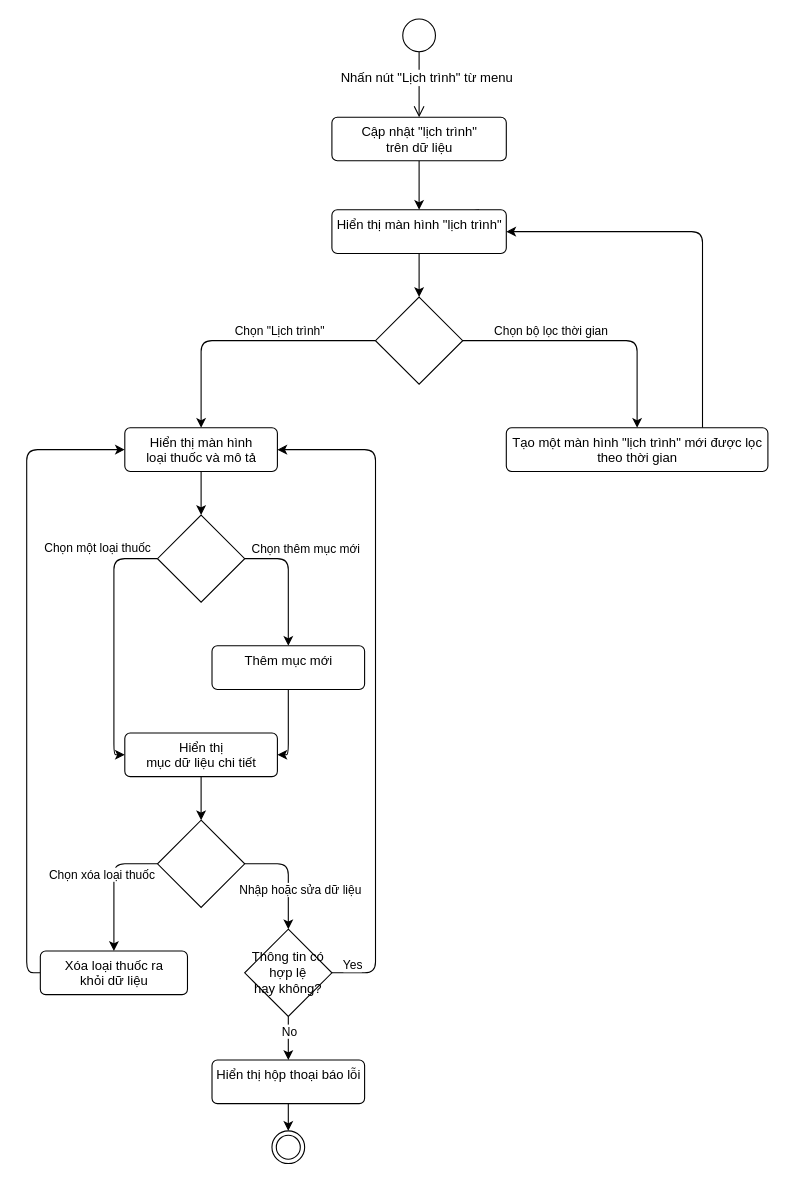
The draw.io diagram page "Page-1" (1 of 4) of Activities diagram.drawio in TitaniumBull224/DATH_AI, before the edit. Source tidied: cells renumbered, new cells numbered last; positions are measured from the earlier drawing's top-left corner, leaving out a move shared by most shapes. Both pictures are drawn from the tidied source at 109%, with x=0, y=0 at pixel (26, 19).
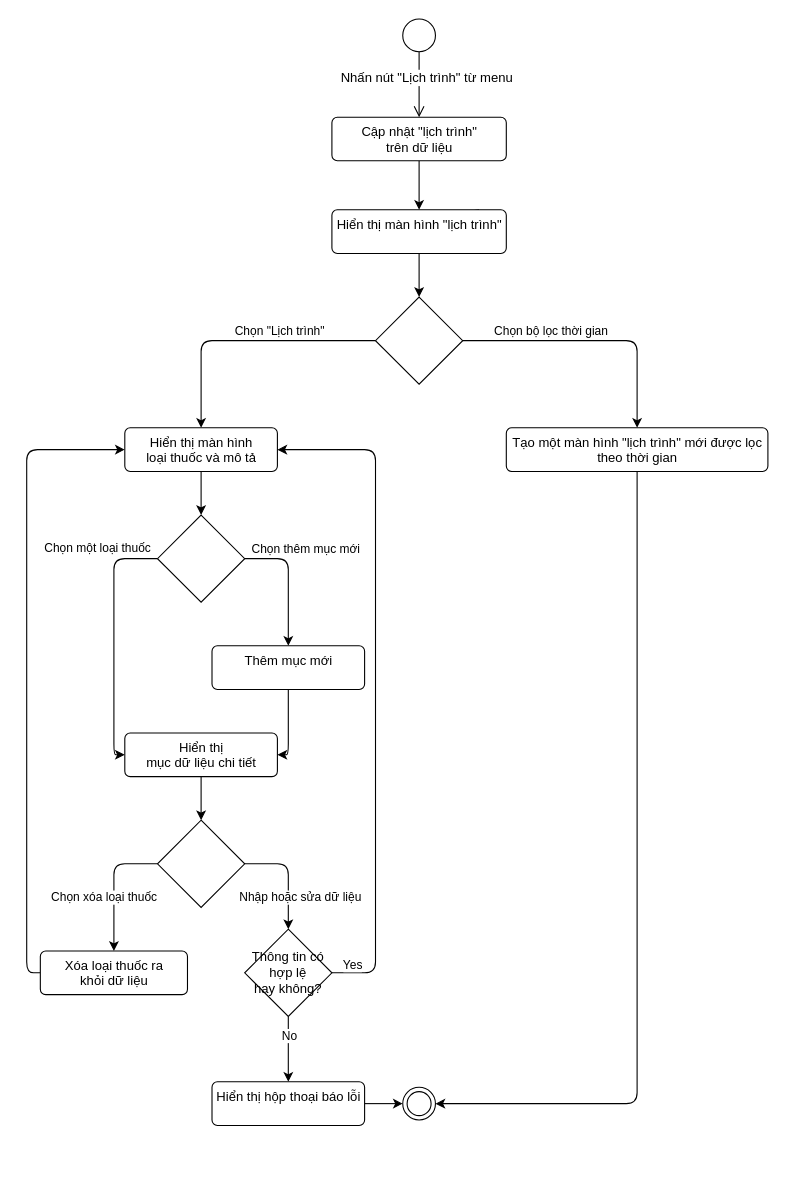
The same diagram, later.

Unchanged cells that the change refers to:
```xml
<mxCell id="12" value="Hiển thị màn hình &quot;lịch trình&quot;" style="html=1;align=center;verticalAlign=top;rounded=1;absoluteArcSize=1;arcSize=10;dashed=0;fillColor=default;strokeColor=default;fontColor=default;" parent="1" vertex="1">
  <mxGeometry x="280" y="175" width="160" height="40" as="geometry" />
</mxCell>
<mxCell id="19" value="Tạo một màn hình &quot;lịch trình&quot; mới được lọc &lt;br&gt;theo thời gian" style="html=1;align=center;verticalAlign=top;rounded=1;absoluteArcSize=1;arcSize=10;dashed=0;strokeColor=default;fillColor=default;fontColor=default;" parent="1" vertex="1">
  <mxGeometry x="440" y="375" width="240" height="40" as="geometry" />
</mxCell>
<mxCell id="26" style="edgeStyle=none;html=1;exitX=1;exitY=0.5;exitDx=0;exitDy=0;entryX=0.5;entryY=0;entryDx=0;entryDy=0;" parent="1" edge="1" source="38" target="23">
  <mxGeometry relative="1" as="geometry">
    <Array as="points">
      <mxPoint x="240" y="775" />
    </Array>
  </mxGeometry>
</mxCell>
<mxCell id="28" style="edgeStyle=none;html=1;entryX=0.5;entryY=0;entryDx=0;entryDy=0;exitX=0;exitY=0.5;exitDx=0;exitDy=0;" parent="1" edge="1" source="38" target="36">
  <mxGeometry relative="1" as="geometry">
    <Array as="points">
      <mxPoint x="80" y="775" />
    </Array>
  </mxGeometry>
</mxCell>
```

Diff of the diagram source:
```diff
@@
-    <mxCell id="18" style="edgeStyle=none;html=1;entryX=1;entryY=0.5;entryDx=0;entryDy=0;exitX=0.75;exitY=0;exitDx=0;exitDy=0;" parent="1" edge="1" source="19" target="12">
-      <mxGeometry relative="1" as="geometry">
-        <Array as="points">
-          <mxPoint x="620" y="195" />
-        </Array>
-      </mxGeometry>
-    </mxCell>
+    <mxCell id="44" style="edgeStyle=none;html=1;entryX=1;entryY=0.5;entryDx=0;entryDy=0;" parent="1" edge="1" source="19" target="37">
+      <mxGeometry relative="1" as="geometry">
+        <Array as="points">
+          <mxPoint x="560" y="995" />
+        </Array>
+      </mxGeometry>
+    </mxCell>
@@
-    <mxCell id="24" style="edgeStyle=none;html=1;entryX=0.5;entryY=0;entryDx=0;entryDy=0;" parent="1" edge="1" source="25" target="37">
+    <mxCell id="24" style="edgeStyle=none;html=1;" parent="1" edge="1" source="25" target="37">
       <mxGeometry relative="1" as="geometry" />
     </mxCell>
     <mxCell id="25" value="Hiển thị hộp thoại báo lỗi" style="html=1;align=center;verticalAlign=top;rounded=1;absoluteArcSize=1;arcSize=10;dashed=0;fillColor=default;strokeColor=default;fontColor=default;" parent="1" vertex="1">
-      <mxGeometry x="170" y="955" width="140" height="40" as="geometry" />
+      <mxGeometry x="170" y="975" width="140" height="40" as="geometry" />
     </mxCell>
@@
     <mxCell id="27" value="Nhập hoặc sửa dữ liệu" style="edgeLabel;html=1;align=center;verticalAlign=middle;fontColor=default;labelBackgroundColor=default;labelBorderColor=none;" parent="26" vertex="1">
       <mxGeometry x="-0.41" y="4" relative="1" as="geometry">
-        <mxPoint x="20" y="27" as="offset" />
+        <mxPoint x="20" y="34" as="offset" />
       </mxGeometry>
     </mxCell>
@@
     <mxCell id="29" value="Chọn xóa loại thuốc" style="edgeLabel;html=1;align=center;verticalAlign=middle;fontColor=default;labelBackgroundColor=default;labelBorderColor=none;" parent="28" vertex="1">
       <mxGeometry x="-0.22" y="-1" relative="1" as="geometry">
-        <mxPoint x="-11" y="2" as="offset" />
+        <mxPoint x="-9" y="23" as="offset" />
       </mxGeometry>
     </mxCell>
@@
     <mxCell id="37" style="ellipse;html=1;shape=endState;fillColor=default;strokeColor=default;" parent="1" vertex="1">
-      <mxGeometry x="225" y="1020" width="30" height="30" as="geometry" />
+      <mxGeometry x="345" y="980" width="30" height="30" as="geometry" />
     </mxCell>
```
